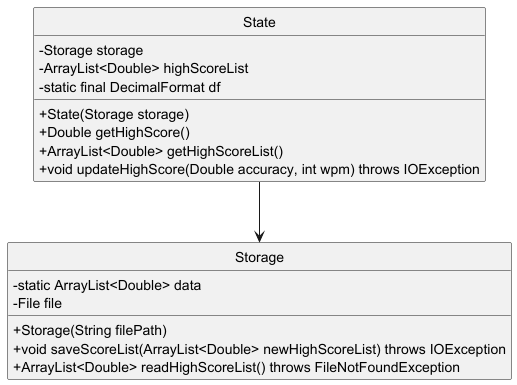
Earlier version of the PlantUML export docs/images/StateClassDiagram.png (AY2425S2-CS2113-F13-2/tp). Source of this version:
```plantuml
@startuml
hide circle
skinparam classAttributeIconSize 0

class Storage {
    - static ArrayList<Double> data
    - File file
    + Storage(String filePath)
    + void saveScoreList(ArrayList<Double> newHighScoreList) throws IOException
    + ArrayList<Double> readHighScoreList() throws FileNotFoundException
}

class State {
    - Storage storage
    - ArrayList<Double> highScoreList
    - static final DecimalFormat df
    + State(Storage storage)
    + Double getHighScore()
    + ArrayList<Double> getHighScoreList()
    + void updateHighScore(Double accuracy, int wpm) throws IOException
}

State --> Storage
@enduml
```
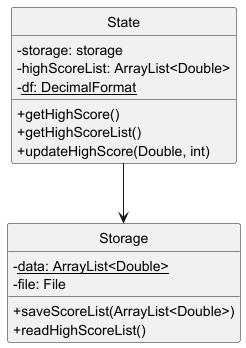
Above is the later version.

Commit message:
Fix class diagram

What changed in the source:
```diff
@@ -3,21 +3,19 @@
 skinparam classAttributeIconSize 0
 
 class Storage {
-    - static ArrayList<Double> data
-    - File file
-    + Storage(String filePath)
-    + void saveScoreList(ArrayList<Double> newHighScoreList) throws IOException
-    + ArrayList<Double> readHighScoreList() throws FileNotFoundException
+    - <u>data: ArrayList<Double>
+    - file: File
+    + saveScoreList(ArrayList<Double>)
+    + readHighScoreList()
 }
 
 class State {
-    - Storage storage
-    - ArrayList<Double> highScoreList
-    - static final DecimalFormat df
-    + State(Storage storage)
-    + Double getHighScore()
-    + ArrayList<Double> getHighScoreList()
-    + void updateHighScore(Double accuracy, int wpm) throws IOException
+    - storage: storage
+    - highScoreList: ArrayList<Double>
+    - <u>df: DecimalFormat
+    + getHighScore()
+    + getHighScoreList()
+    + updateHighScore(Double, int)
 }
 
 State --> Storage
```
